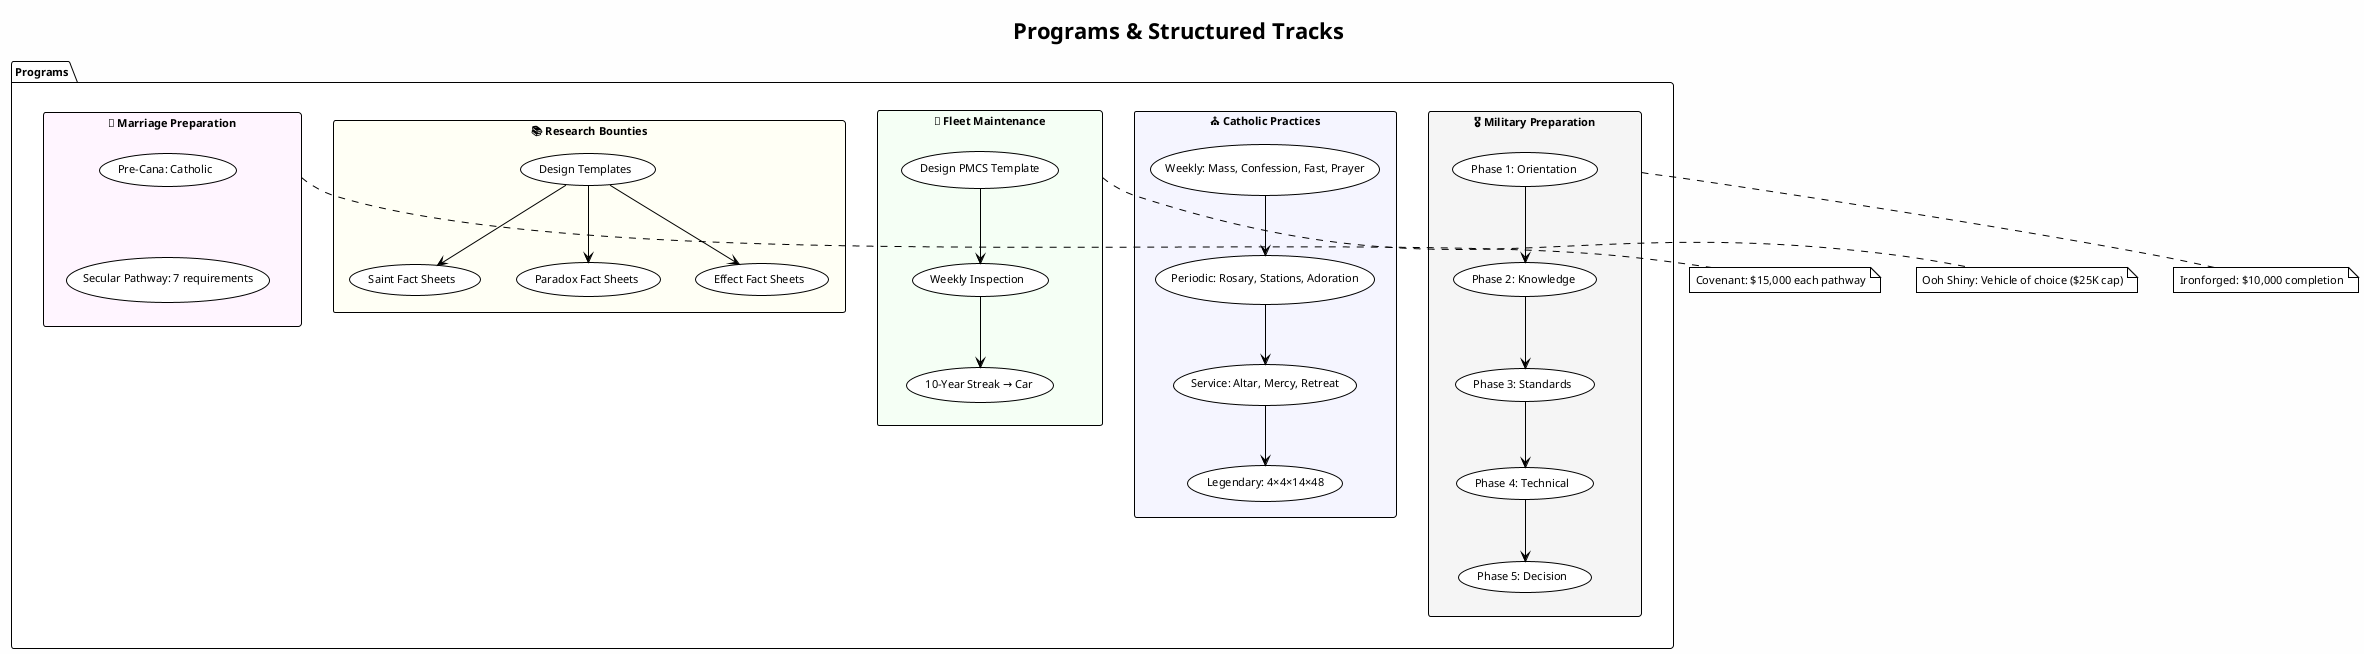
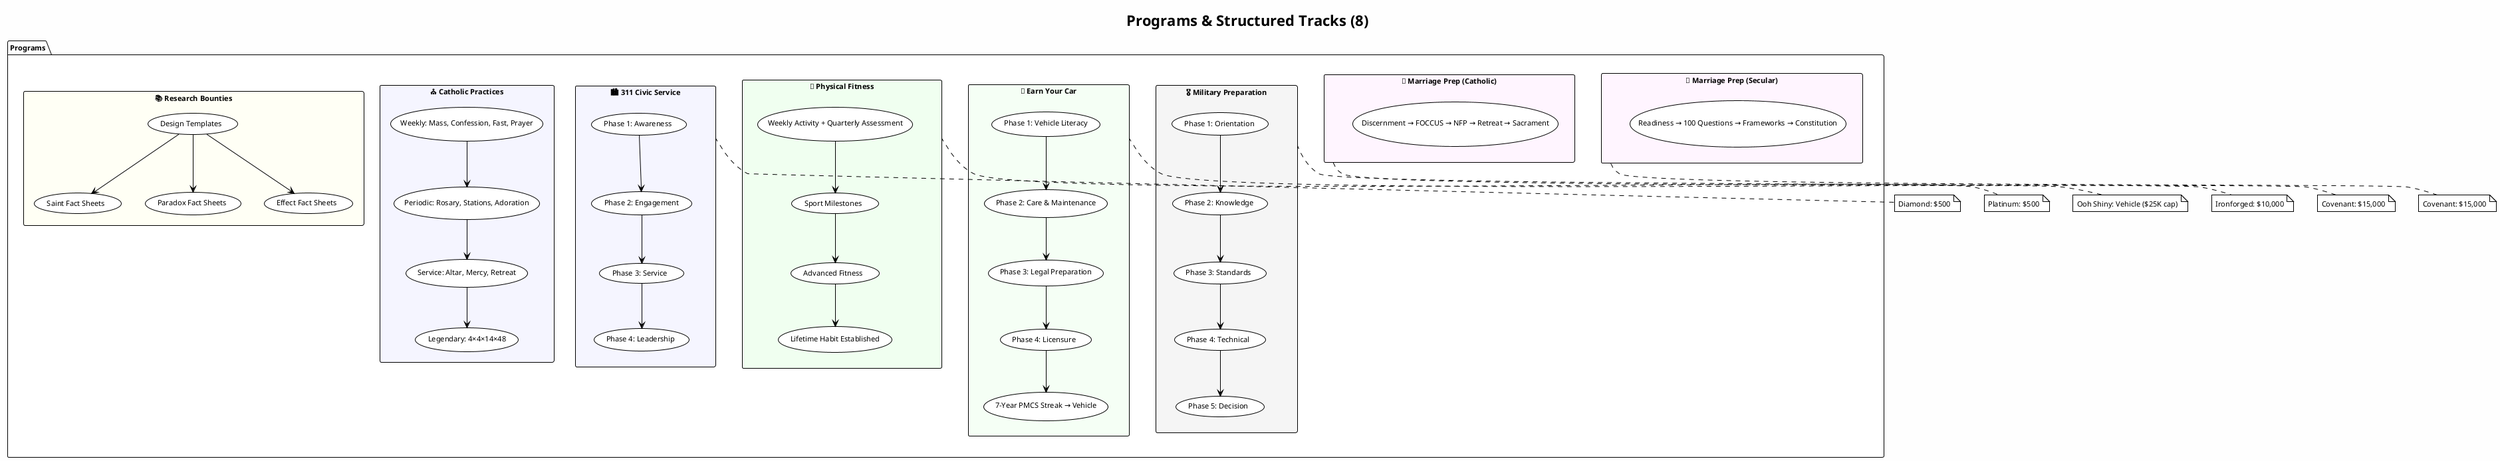
@startuml programs_overview
!theme plain
skinparam backgroundColor #FEFEFE
skinparam defaultFontSize 11

- title Programs & Structured Tracks
+ title Programs & Structured Tracks (8)

package "Programs" {
  rectangle "🎖️ Military Preparation" as mil #F5F5F5 {
    (Phase 1: Orientation) as p1
    (Phase 2: Knowledge) as p2
    (Phase 3: Standards) as p3
    (Phase 4: Technical) as p4
    (Phase 5: Decision) as p5
    p1 --> p2
    p2 --> p3
    p3 --> p4
    p4 --> p5
  }

  rectangle "⛪ Catholic Practices" as cath #F5F5FF {
    (Weekly: Mass, Confession, Fast, Prayer) as cw
    (Periodic: Rosary, Stations, Adoration) as cp
    (Service: Altar, Mercy, Retreat) as cs
    (Legendary: 4×4×14×48) as cl
    cw --> cp
    cp --> cs
    cs --> cl
  }

  rectangle "📚 Research Bounties" as res #FFFFF5 {
    (Design Templates) as rt
    (Saint Fact Sheets) as rs
    (Paradox Fact Sheets) as rp
    (Effect Fact Sheets) as re
    rt --> rs
    rt --> rp
    rt --> re
  }

-   rectangle "💍 Marriage Preparation" as mar #FFF5FF {
-     (Pre-Cana: Catholic) as mc
-     (Secular Pathway: 7 requirements) as ms
-     mc -[hidden]- ms
+   rectangle "💒 Marriage Prep (Catholic)" as marc #FFF5FF {
+     (Discernment → FOCCUS → NFP → Retreat → Sacrament) as mcc
  }

-   rectangle "🚗 Fleet Maintenance" as fleet #F5FFF5 {
-     (Design PMCS Template) as ft
-     (Weekly Inspection) as fw
-     (10-Year Streak → Car) as fc
-     ft --> fw
-     fw --> fc
+   rectangle "💍 Marriage Prep (Secular)" as mars #FFF5FF {
+     (Readiness → 100 Questions → Frameworks → Constitution) as msc
+   }
+ 
+   rectangle "🚗 Earn Your Car" as car #F5FFF5 {
+     (Phase 1: Vehicle Literacy) as c1
+     (Phase 2: Care & Maintenance) as c2
+     (Phase 3: Legal Preparation) as c3
+     (Phase 4: Licensure) as c4
+     (7-Year PMCS Streak → Vehicle) as c5
+     c1 --> c2
+     c2 --> c3
+     c3 --> c4
+     c4 --> c5
+   }
+ 
+   rectangle "💪 Physical Fitness" as fit #F0FFF0 {
+     (Weekly Activity + Quarterly Assessment) as f1
+     (Sport Milestones) as f2
+     (Advanced Fitness) as f3
+     (Lifetime Habit Established) as f4
+     f1 --> f2
+     f2 --> f3
+     f3 --> f4
+   }
+ 
+   rectangle "🏙️ 311 Civic Service" as civic #F5F5FF {
+     (Phase 1: Awareness) as v1
+     (Phase 2: Engagement) as v2
+     (Phase 3: Service) as v3
+     (Phase 4: Leadership) as v4
+     v1 --> v2
+     v2 --> v3
+     v3 --> v4
  }
}

note bottom of mil
-   Ironforged: $10,000 completion
+   Ironforged: $10,000
end note

- note bottom of mar
-   Covenant: $15,000 each pathway
+ note bottom of marc
+   Covenant: $15,000
end note

- note bottom of fleet
-   Ooh Shiny: Vehicle of choice ($25K cap)
+ note bottom of mars
+   Covenant: $15,000
+ end note
+ 
+ note bottom of car
+   Ooh Shiny: Vehicle ($25K cap)
+ end note
+ 
+ note bottom of fit
+   Platinum: $500
+ end note
+ 
+ note bottom of civic
+   Diamond: $500
end note
@enduml
